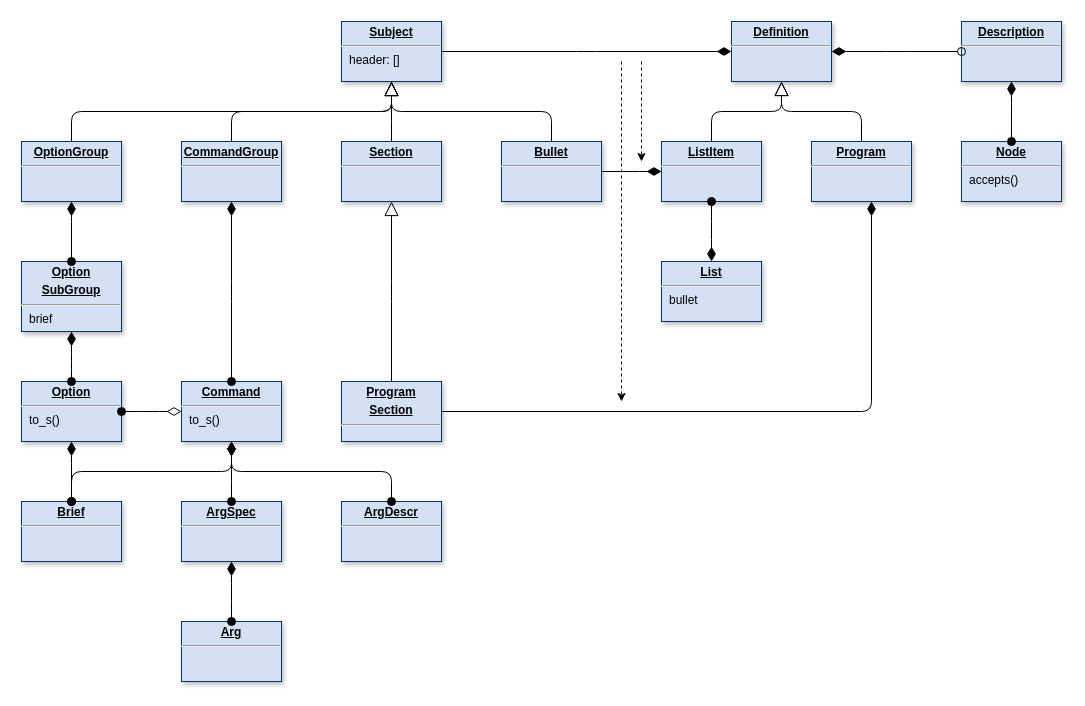
Earlier version of the draw.io diagram page "Page-7" (2 of 7) of doc/diagram.drawio (clrgit/shellopts). Source tidied: cells renumbered, new cells numbered last; positions are measured from the earlier drawing's top-left corner, leaving out a move shared by most shapes. Both pictures are drawn from the tidied source at 100%, with x=0, y=0 at pixel (-69, 21).
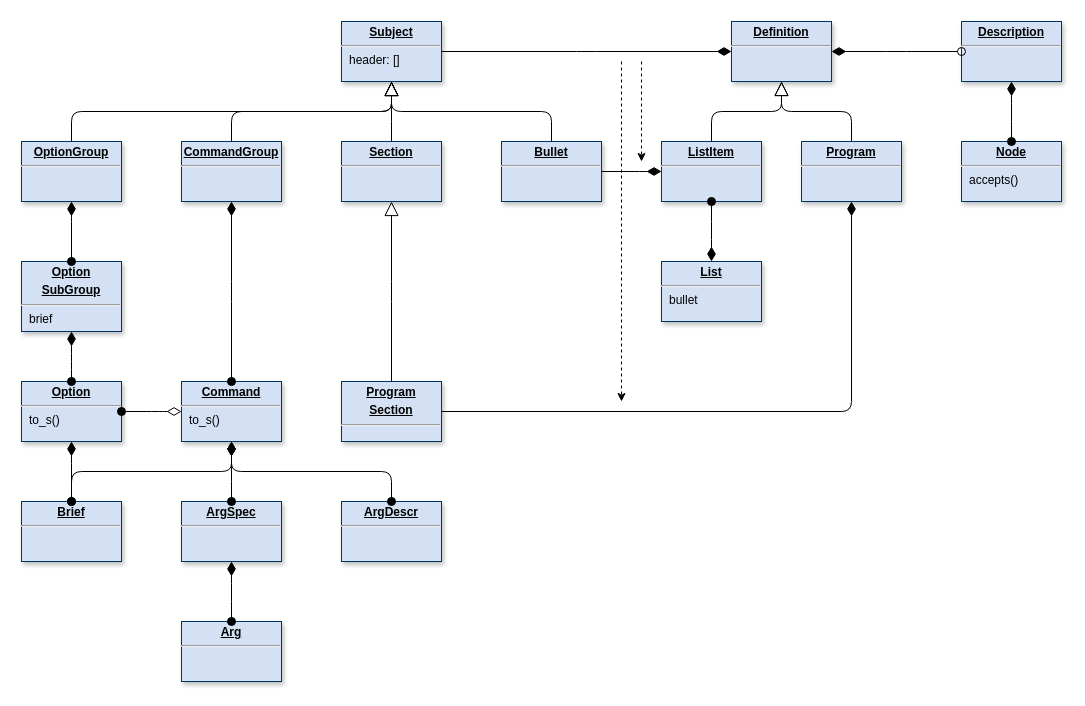
The same page after the edit.

Unchanged cells that the change refers to:
```xml
<mxCell id="11" value="&lt;p style=&quot;margin: 0px ; margin-top: 4px ; text-align: center ; text-decoration: underline&quot;&gt;&lt;b&gt;Option&lt;/b&gt;&lt;/p&gt;&lt;hr&gt;&lt;p style=&quot;margin: 0px ; margin-left: 8px&quot;&gt;to_s()&lt;/p&gt;" style="verticalAlign=top;align=left;overflow=fill;fontSize=12;fontFamily=Helvetica;html=1;shadow=1;strokeColor=#003366;fillColor=#D4E1F5;" parent="1" vertex="1">
  <mxGeometry x="90" y="360" width="100" height="60" as="geometry" />
</mxCell>
<mxCell id="12" value="&lt;p style=&quot;margin: 0px ; margin-top: 4px ; text-align: center ; text-decoration: underline&quot;&gt;&lt;b&gt;Command&lt;/b&gt;&lt;/p&gt;&lt;hr&gt;&lt;p style=&quot;margin: 0px ; margin-left: 8px&quot;&gt;to_s()&lt;/p&gt;" style="verticalAlign=top;align=left;overflow=fill;fontSize=12;fontFamily=Helvetica;html=1;shadow=1;strokeColor=#003366;fillColor=#D4E1F5;" parent="1" vertex="1">
  <mxGeometry x="250" y="360" width="100" height="60" as="geometry" />
</mxCell>
<mxCell id="23" value="&lt;p style=&quot;margin: 0px ; margin-top: 4px ; text-align: center ; text-decoration: underline&quot;&gt;&lt;b&gt;Program&lt;/b&gt;&lt;/p&gt;&lt;p style=&quot;margin: 0px ; margin-top: 4px ; text-align: center ; text-decoration: underline&quot;&gt;&lt;b&gt;Section&lt;/b&gt;&lt;/p&gt;&lt;hr&gt;&lt;p style=&quot;margin: 0px ; margin-left: 8px&quot;&gt;&lt;br&gt;&lt;/p&gt;" style="verticalAlign=top;align=left;overflow=fill;fontSize=12;fontFamily=Helvetica;html=1;shadow=1;strokeColor=#003366;fillColor=#D4E1F5;" parent="1" vertex="1">
  <mxGeometry x="410" y="360" width="100" height="60" as="geometry" />
</mxCell>
```

What changed in the source:
```diff
@@
-    <mxCell id="13" style="endArrow=diamondThin;endFill=0;endSize=12;html=1;edgeStyle=elbowEdgeStyle;labelBackgroundColor=#FFFFFF;startSize=8;startArrow=oval;startFill=1;elbow=vertical;" parent="1" edge="1" source="11" target="12">
-      <mxGeometry relative="1" as="geometry" />
+    <mxCell id="13" style="endArrow=diamondThin;endFill=0;endSize=12;html=1;edgeStyle=elbowEdgeStyle;labelBackgroundColor=#FFFFFF;startSize=8;startArrow=oval;startFill=1;" parent="1" edge="1" source="11" target="12">
+      <mxGeometry relative="1" as="geometry">
+        <Array as="points">
+          <mxPoint x="230" y="390" />
+          <mxPoint x="230" y="300" />
+        </Array>
+      </mxGeometry>
     </mxCell>
@@
     <mxCell id="24" value="&lt;p style=&quot;margin: 0px ; margin-top: 4px ; text-align: center ; text-decoration: underline&quot;&gt;&lt;b&gt;Program&lt;/b&gt;&lt;/p&gt;&lt;hr&gt;&lt;p style=&quot;margin: 0px ; margin-left: 8px&quot;&gt;&lt;br&gt;&lt;/p&gt;" style="verticalAlign=top;align=left;overflow=fill;fontSize=12;fontFamily=Helvetica;html=1;shadow=1;strokeColor=#003366;fillColor=#D4E1F5;" parent="1" vertex="1">
-      <mxGeometry x="880" y="120" width="100" height="60" as="geometry" />
+      <mxGeometry x="870" y="120" width="100" height="60" as="geometry" />
     </mxCell>
     <mxCell id="25" style="endArrow=diamondThin;endFill=1;endSize=12;html=1;edgeStyle=elbowEdgeStyle;labelBackgroundColor=#FFFFFF;startSize=8;startArrow=none;startFill=0;elbow=vertical;" parent="1" edge="1" source="23" target="24">
       <mxGeometry relative="1" as="geometry">
         <Array as="points">
+          <mxPoint x="920" y="390" />
           <mxPoint x="940" y="390" />
           <mxPoint x="620" y="270" />
         </Array>
       </mxGeometry>
     </mxCell>
```
